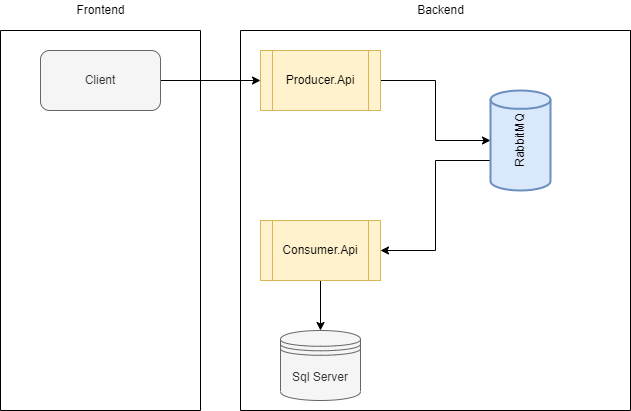
hadiljr/RabbitMQ-Lab keeps this draw.io diagram as RabbitMQ-Lab-Fluxo.drawio.png. Above is the earlier version. Source tidied: cells renumbered, new cells last; positions are measured from the earlier drawing's top-left corner, leaving out a move shared by most shapes.
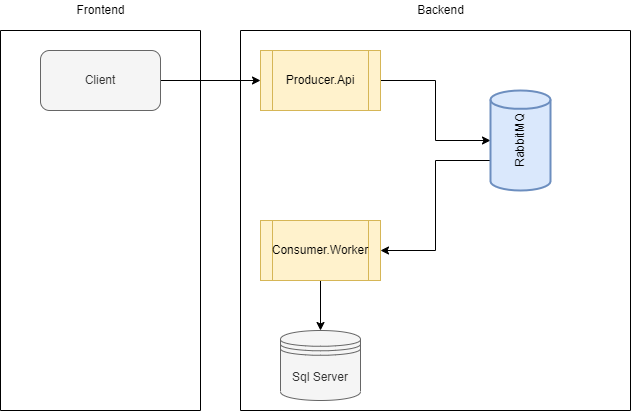
Later version of the same file.

Commit message:
Refatoração nos nomes dos serviços do diagrama

Change to the diagram source:
```diff
@@ -29,7 +29,7 @@
     <mxCell id="8" style="edgeStyle=orthogonalEdgeStyle;rounded=0;jettySize=auto;html=1;entryX=0.5;entryY=0;entryDx=0;entryDy=0;" parent="1" edge="1" source="9" target="10">
       <mxGeometry relative="1" as="geometry" />
     </mxCell>
-    <mxCell id="9" value="Consumer.Api" style="shape=process;whiteSpace=wrap;html=1;backgroundOutline=1;fillColor=#fff2cc;strokeColor=#d6b656;" parent="1" vertex="1">
+    <mxCell id="9" value="Consumer.Worker" style="shape=process;whiteSpace=wrap;html=1;backgroundOutline=1;fillColor=#fff2cc;strokeColor=#d6b656;" parent="1" vertex="1">
       <mxGeometry x="260" y="220" width="120" height="60" as="geometry" />
     </mxCell>
     <mxCell id="10" value="Sql Server" style="shape=datastore;whiteSpace=wrap;html=1;fillColor=#f5f5f5;fontColor=#333333;strokeColor=#666666;" parent="1" vertex="1">
```
